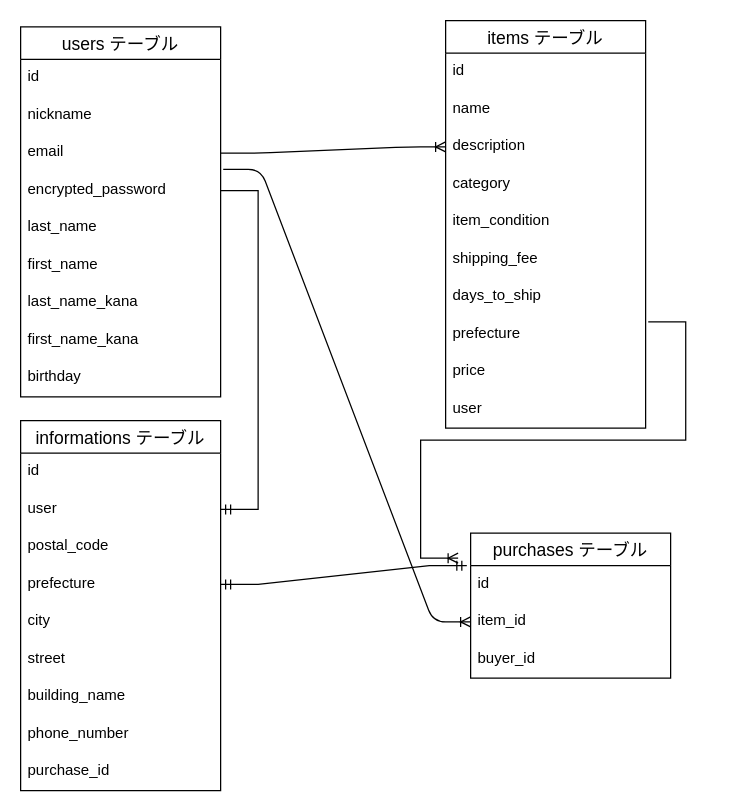
Before: er.dio in kjtkkjtk/furima-39521, a draw.io diagram. Source tidied: cells renumbered, new cells numbered last; positions are measured from the earlier drawing's top-left corner, leaving out a move shared by most shapes. Both pictures are drawn from the tidied source at 125%, with x=0, y=0 at pixel (20, 20).
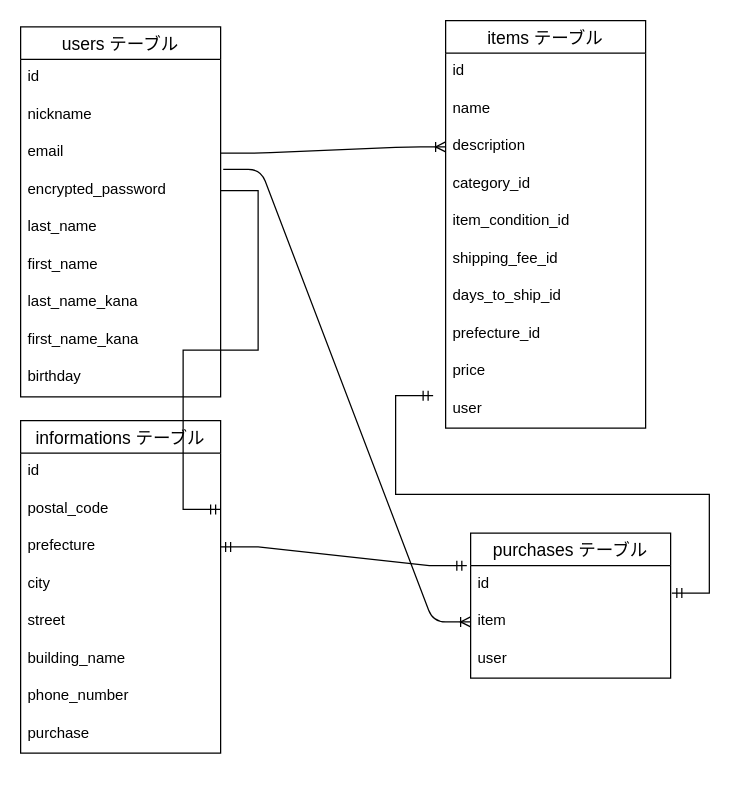
The same page after the edit.

Commit message (it also covers changes not shown here):
データベース設計修正２

The change refers to these unchanged cells:
```xml
<mxCell id="6" value="encrypted_password&#10;" style="text;strokeColor=none;fillColor=none;spacingLeft=4;spacingRight=4;overflow=hidden;points=[[0,0.5],[1,0.5]];portConstraint=eastwest;fontSize=12;" parent="2" vertex="1">
  <mxGeometry y="116" width="160" height="30" as="geometry" />
</mxCell>
<mxCell id="13" value="items テーブル" style="swimlane;fontStyle=0;horizontal=1;startSize=26;align=center;fontSize=14;" parent="1" vertex="1">
  <mxGeometry x="340" width="160" height="326" as="geometry" />
</mxCell>
<mxCell id="24" value="purchases テーブル" style="swimlane;fontStyle=0;horizontal=1;startSize=26;align=center;fontSize=14;" parent="1" vertex="1">
  <mxGeometry x="360" y="410" width="160" height="116" as="geometry" />
</mxCell>
<mxCell id="25" value="id" style="text;strokeColor=none;fillColor=none;spacingLeft=4;spacingRight=4;overflow=hidden;points=[[0,0.5],[1,0.5]];portConstraint=eastwest;fontSize=12;" parent="24" vertex="1">
  <mxGeometry y="26" width="160" height="30" as="geometry" />
</mxCell>
```

The edit, as a diff of the source:
```diff
@@
-    <mxCell id="17" value="category" style="text;strokeColor=none;fillColor=none;spacingLeft=4;spacingRight=4;overflow=hidden;fontSize=12;" parent="13" vertex="1">
+    <mxCell id="17" value="category_id" style="text;strokeColor=none;fillColor=none;spacingLeft=4;spacingRight=4;overflow=hidden;fontSize=12;" parent="13" vertex="1">
       <mxGeometry y="116" width="160" height="30" as="geometry" />
     </mxCell>
-    <mxCell id="18" value="item_condition" style="text;strokeColor=none;fillColor=none;spacingLeft=4;spacingRight=4;overflow=hidden;fontSize=12;" parent="13" vertex="1">
+    <mxCell id="18" value="item_condition_id" style="text;strokeColor=none;fillColor=none;spacingLeft=4;spacingRight=4;overflow=hidden;fontSize=12;" parent="13" vertex="1">
       <mxGeometry y="146" width="160" height="30" as="geometry" />
     </mxCell>
-    <mxCell id="19" value="shipping_fee" style="text;strokeColor=none;fillColor=none;spacingLeft=4;spacingRight=4;overflow=hidden;fontSize=12;" parent="13" vertex="1">
+    <mxCell id="19" value="shipping_fee_id" style="text;strokeColor=none;fillColor=none;spacingLeft=4;spacingRight=4;overflow=hidden;fontSize=12;" parent="13" vertex="1">
       <mxGeometry y="176" width="160" height="30" as="geometry" />
     </mxCell>
-    <mxCell id="20" value="days_to_ship" style="text;strokeColor=none;fillColor=none;spacingLeft=4;spacingRight=4;overflow=hidden;fontSize=12;" parent="13" vertex="1">
+    <mxCell id="20" value="days_to_ship_id" style="text;strokeColor=none;fillColor=none;spacingLeft=4;spacingRight=4;overflow=hidden;fontSize=12;" parent="13" vertex="1">
       <mxGeometry y="206" width="160" height="30" as="geometry" />
     </mxCell>
-    <mxCell id="21" value="prefecture" style="text;strokeColor=none;fillColor=none;spacingLeft=4;spacingRight=4;overflow=hidden;points=[[0,0.5],[1,0.5]];portConstraint=eastwest;fontSize=12;" parent="13" vertex="1">
+    <mxCell id="21" value="prefecture_id" style="text;strokeColor=none;fillColor=none;spacingLeft=4;spacingRight=4;overflow=hidden;points=[[0,0.5],[1,0.5]];portConstraint=eastwest;fontSize=12;" parent="13" vertex="1">
       <mxGeometry y="236" width="160" height="30" as="geometry" />
     </mxCell>
@@
-    <mxCell id="26" value="item_id" style="text;strokeColor=none;fillColor=none;spacingLeft=4;spacingRight=4;overflow=hidden;points=[[0,0.5],[1,0.5]];portConstraint=eastwest;fontSize=12;" parent="24" vertex="1">
+    <mxCell id="26" value="item" style="text;strokeColor=none;fillColor=none;spacingLeft=4;spacingRight=4;overflow=hidden;points=[[0,0.5],[1,0.5]];portConstraint=eastwest;fontSize=12;" parent="24" vertex="1">
       <mxGeometry y="56" width="160" height="30" as="geometry" />
     </mxCell>
-    <mxCell id="27" value="buyer_id" style="text;strokeColor=none;fillColor=none;spacingLeft=4;spacingRight=4;overflow=hidden;fontSize=12;" parent="24" vertex="1">
+    <mxCell id="27" value="user" style="text;strokeColor=none;fillColor=none;spacingLeft=4;spacingRight=4;overflow=hidden;fontSize=12;" parent="24" vertex="1">
       <mxGeometry y="86" width="160" height="30" as="geometry" />
     </mxCell>
     <mxCell id="28" value="informations テーブル" style="swimlane;fontStyle=0;horizontal=1;startSize=26;align=center;fontSize=14;" parent="1" vertex="1">
-      <mxGeometry y="320" width="160" height="296" as="geometry" />
+      <mxGeometry y="320" width="160" height="266" as="geometry" />
     </mxCell>
@@
-    <mxCell id="30" value="user" style="text;strokeColor=none;fillColor=none;spacingLeft=4;spacingRight=4;overflow=hidden;points=[[0,0.5],[1,0.5]];portConstraint=eastwest;fontSize=12;" parent="28" vertex="1">
-      <mxGeometry y="56" width="160" height="30" as="geometry" />
-    </mxCell>
     <mxCell id="31" value="postal_code" style="text;strokeColor=none;fillColor=none;spacingLeft=4;spacingRight=4;overflow=hidden;fontSize=12;" parent="28" vertex="1">
-      <mxGeometry y="86" width="160" height="30" as="geometry" />
+      <mxGeometry y="56" width="160" height="30" as="geometry" />
     </mxCell>
     <mxCell id="32" value="prefecture" style="text;strokeColor=none;fillColor=none;spacingLeft=4;spacingRight=4;overflow=hidden;points=[[0,0.5],[1,0.5]];portConstraint=eastwest;fontSize=12;" parent="28" vertex="1">
-      <mxGeometry y="116" width="160" height="30" as="geometry" />
+      <mxGeometry y="86" width="160" height="30" as="geometry" />
     </mxCell>
     <mxCell id="33" value="city" style="text;strokeColor=none;fillColor=none;spacingLeft=4;spacingRight=4;overflow=hidden;fontSize=12;" parent="28" vertex="1">
-      <mxGeometry y="146" width="160" height="30" as="geometry" />
+      <mxGeometry y="116" width="160" height="30" as="geometry" />
     </mxCell>
     <mxCell id="34" value="street" style="text;strokeColor=none;fillColor=none;spacingLeft=4;spacingRight=4;overflow=hidden;fontSize=12;" parent="28" vertex="1">
-      <mxGeometry y="176" width="160" height="30" as="geometry" />
+      <mxGeometry y="146" width="160" height="30" as="geometry" />
     </mxCell>
     <mxCell id="35" value="building_name" style="text;strokeColor=none;fillColor=none;spacingLeft=4;spacingRight=4;overflow=hidden;fontSize=12;" parent="28" vertex="1">
-      <mxGeometry y="206" width="160" height="30" as="geometry" />
+      <mxGeometry y="176" width="160" height="30" as="geometry" />
     </mxCell>
     <mxCell id="36" value="phone_number" style="text;strokeColor=none;fillColor=none;spacingLeft=4;spacingRight=4;overflow=hidden;fontSize=12;" parent="28" vertex="1">
-      <mxGeometry y="236" width="160" height="30" as="geometry" />
+      <mxGeometry y="206" width="160" height="30" as="geometry" />
     </mxCell>
-    <mxCell id="37" value="purchase_id" style="text;strokeColor=none;fillColor=none;spacingLeft=4;spacingRight=4;overflow=hidden;fontSize=12;" parent="28" vertex="1">
-      <mxGeometry y="266" width="160" height="30" as="geometry" />
+    <mxCell id="37" value="purchase" style="text;strokeColor=none;fillColor=none;spacingLeft=4;spacingRight=4;overflow=hidden;fontSize=12;" parent="28" vertex="1">
+      <mxGeometry y="236" width="160" height="30" as="geometry" />
     </mxCell>
@@
-    <mxCell id="39" style="edgeStyle=entityRelationEdgeStyle;fontSize=12;html=1;endArrow=ERmandOne;rounded=0;exitX=1;exitY=0.5;exitDx=0;exitDy=0;" parent="1" edge="1" source="6" target="30">
-      <mxGeometry relative="1" as="geometry" />
+    <mxCell id="39" style="edgeStyle=entityRelationEdgeStyle;fontSize=12;html=1;endArrow=ERmandOne;rounded=0;exitX=1;exitY=0.5;exitDx=0;exitDy=0;" parent="1" edge="1" source="6">
+      <mxGeometry relative="1" as="geometry">
+        <mxPoint x="160" y="391" as="targetPoint" />
+      </mxGeometry>
     </mxCell>
-    <mxCell id="40" style="edgeStyle=entityRelationEdgeStyle;fontSize=12;html=1;endArrow=ERoneToMany;rounded=0;exitX=1.013;exitY=0.167;exitDx=0;exitDy=0;exitPerimeter=0;" parent="1" edge="1" source="21">
-      <mxGeometry relative="1" as="geometry">
-        <mxPoint x="350" y="430" as="targetPoint" />
-      </mxGeometry>
-    </mxCell>
@@
+    <mxCell id="42" style="edgeStyle=entityRelationEdgeStyle;fontSize=12;html=1;endArrow=ERmandOne;startArrow=ERmandOne;rounded=0;exitX=1.006;exitY=0.733;exitDx=0;exitDy=0;exitPerimeter=0;" parent="1" edge="1" source="25">
+      <mxGeometry relative="1" as="geometry">
+        <mxPoint x="330" y="300" as="targetPoint" />
+      </mxGeometry>
+    </mxCell>
```
